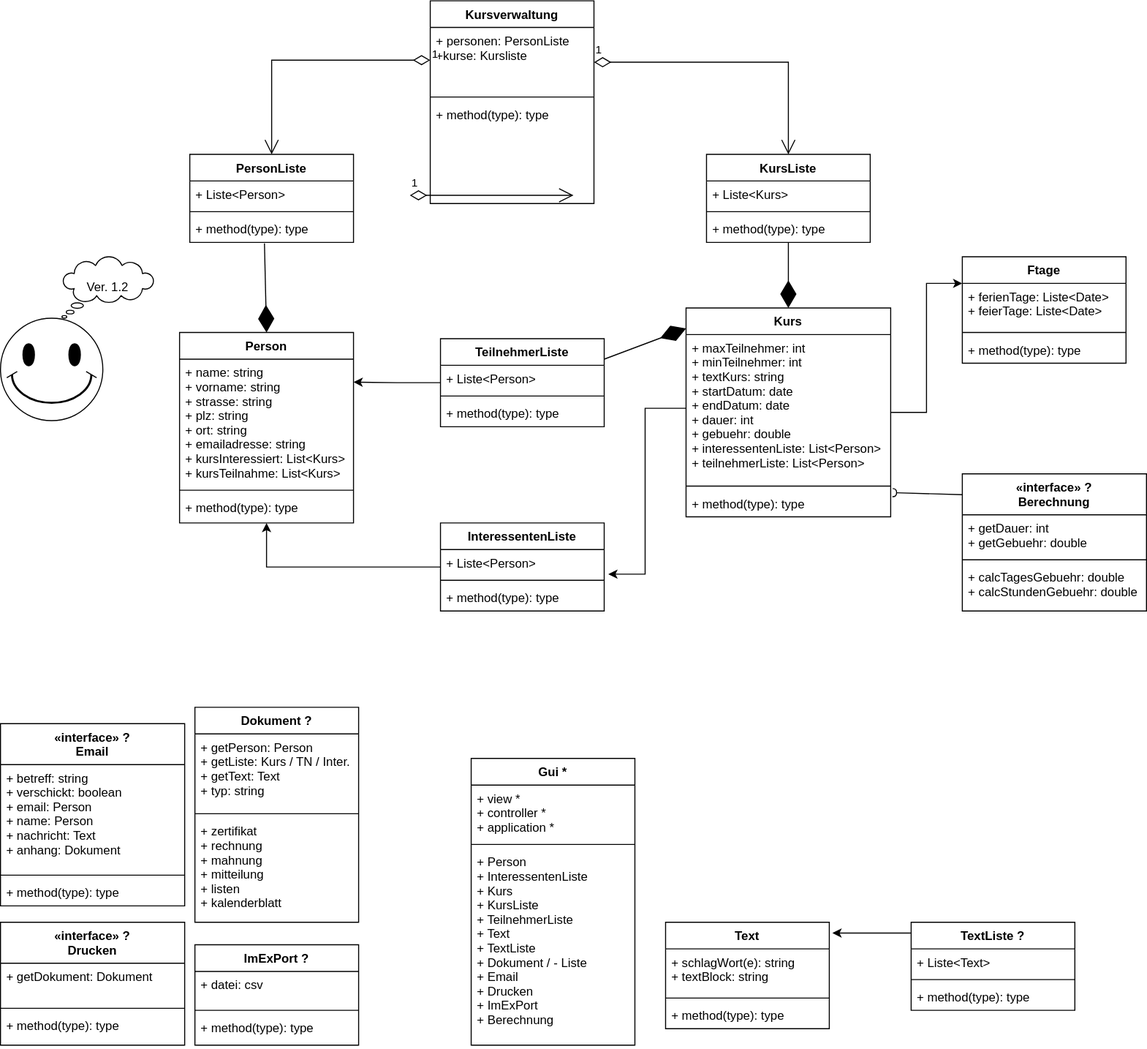
Before: doc/plan01.1.svg, a diagram exported from draw.io (ennouali2014/SWE-M07). Source tidied: cells renumbered, new cells last; positions are measured from the earlier drawing's top-left corner, leaving out a move shared by most shapes.
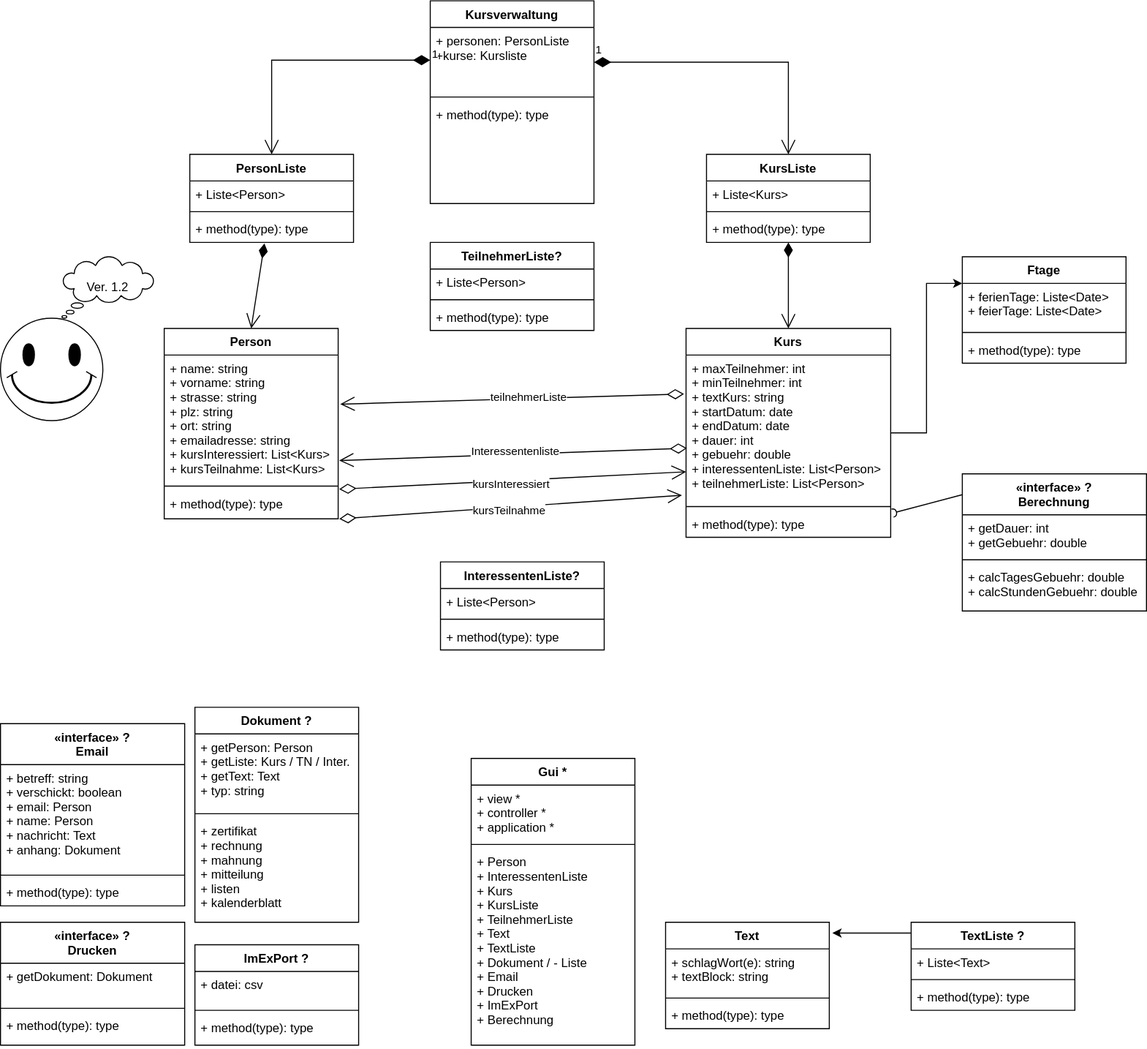
Later version of the same file.

Commit message:
UML angepasst Abhängigkeiten

Diff of the diagram source:
```diff
@@ -6,7 +6,7 @@
       <mxGeometry y="310" width="100" height="100" as="geometry" />
     </mxCell>
     <mxCell id="3" value="Person" style="swimlane;fontStyle=1;align=center;verticalAlign=top;horizontal=1;startSize=26;" parent="1" vertex="1">
-      <mxGeometry x="175" y="324" width="170" height="186" as="geometry" />
+      <mxGeometry x="160" y="320" width="170" height="186" as="geometry" />
     </mxCell>
     <mxCell id="4" value="+ name: string&#10;+ vorname: string&#10;+ strasse: string&#10;+ plz: string&#10;+ ort: string&#10;+ emailadresse: string&#10;+ kursInteressiert: List&lt;Kurs&gt;&#10;+ kursTeilnahme: List&lt;Kurs&gt;" style="text;strokeColor=none;fillColor=none;align=left;verticalAlign=top;spacingLeft=4;spacingRight=4;overflow=hidden;points=[[0,0.5],[1,0.5]];portConstraint=eastwest;" parent="3" vertex="1">
       <mxGeometry y="26" width="170" height="124" as="geometry" />
@@ -17,11 +17,8 @@
     <mxCell id="6" value="+ method(type): type" style="text;strokeColor=none;fillColor=none;align=left;verticalAlign=top;spacingLeft=4;spacingRight=4;overflow=hidden;points=[[0,0.5],[1,0.5]];portConstraint=eastwest;" parent="3" vertex="1">
       <mxGeometry y="158" width="170" height="28" as="geometry" />
     </mxCell>
-    <mxCell id="7" style="edgeStyle=orthogonalEdgeStyle;rounded=0;jettySize=auto;html=1;entryX=1;entryY=0.181;entryDx=0;entryDy=0;entryPerimeter=0;" parent="1" edge="1" source="8" target="4">
-      <mxGeometry relative="1" as="geometry" />
-    </mxCell>
-    <mxCell id="8" value="TeilnehmerListe" style="swimlane;fontStyle=1;align=center;verticalAlign=top;horizontal=1;startSize=26;" parent="1" vertex="1">
-      <mxGeometry x="430" y="330" width="160" height="86" as="geometry" />
+    <mxCell id="8" value="TeilnehmerListe?" style="swimlane;fontStyle=1;align=center;verticalAlign=top;horizontal=1;startSize=26;" parent="1" vertex="1">
+      <mxGeometry x="420" y="236" width="160" height="86" as="geometry" />
     </mxCell>
     <mxCell id="9" value="+ Liste&lt;Person&gt;" style="text;strokeColor=none;fillColor=none;align=left;verticalAlign=top;spacingLeft=4;spacingRight=4;overflow=hidden;" parent="8" vertex="1">
       <mxGeometry y="26" width="160" height="26" as="geometry" />
@@ -32,11 +29,8 @@
     <mxCell id="11" value="+ method(type): type" style="text;strokeColor=none;fillColor=none;align=left;verticalAlign=top;spacingLeft=4;spacingRight=4;overflow=hidden;" parent="8" vertex="1">
       <mxGeometry y="60" width="160" height="26" as="geometry" />
     </mxCell>
-    <mxCell id="12" style="edgeStyle=orthogonalEdgeStyle;rounded=0;jettySize=auto;html=1;entryX=0.5;entryY=1;entryDx=0;entryDy=0;" parent="1" edge="1" source="13" target="3">
-      <mxGeometry relative="1" as="geometry" />
-    </mxCell>
-    <mxCell id="13" value="InteressentenListe" style="swimlane;fontStyle=1;align=center;verticalAlign=top;horizontal=1;startSize=26;" parent="1" vertex="1">
-      <mxGeometry x="430" y="510" width="160" height="86" as="geometry" />
+    <mxCell id="13" value="InteressentenListe?" style="swimlane;fontStyle=1;align=center;verticalAlign=top;horizontal=1;startSize=26;" parent="1" vertex="1">
+      <mxGeometry x="430" y="548" width="160" height="86" as="geometry" />
     </mxCell>
     <mxCell id="14" value="+ Liste&lt;Person&gt;" style="text;strokeColor=none;fillColor=none;align=left;verticalAlign=top;spacingLeft=4;spacingRight=4;overflow=hidden;points=[[0,0.5],[1,0.5]];portConstraint=eastwest;" parent="13" vertex="1">
       <mxGeometry y="26" width="160" height="26" as="geometry" />
@@ -51,7 +45,7 @@
       <mxGeometry relative="1" as="geometry" />
     </mxCell>
     <mxCell id="18" value="Kurs" style="swimlane;fontStyle=1;align=center;verticalAlign=top;horizontal=1;startSize=26;" parent="1" vertex="1">
-      <mxGeometry x="670" y="300" width="200" height="204" as="geometry" />
+      <mxGeometry x="670" y="320" width="200" height="204" as="geometry" />
     </mxCell>
     <mxCell id="19" value="+ maxTeilnehmer: int&#10;+ minTeilnehmer: int&#10;+ textKurs: string&#10;+ startDatum: date&#10;+ endDatum: date&#10;+ dauer: int&#10;+ gebuehr: double&#10;+ interessentenListe: List&lt;Person&gt;&#10;+ teilnehmerListe: List&lt;Person&gt;" style="text;strokeColor=none;fillColor=none;align=left;verticalAlign=top;spacingLeft=4;spacingRight=4;overflow=hidden;points=[[0,0.5],[1,0.5]];portConstraint=eastwest;" parent="18" vertex="1">
       <mxGeometry y="26" width="200" height="144" as="geometry" />
@@ -86,15 +80,9 @@
     <mxCell id="29" value="+ method(type): type" style="text;strokeColor=none;fillColor=none;align=left;verticalAlign=top;spacingLeft=4;spacingRight=4;overflow=hidden;" parent="26" vertex="1">
       <mxGeometry y="78" width="160" height="26" as="geometry" />
     </mxCell>
-    <mxCell id="30" style="endArrow=diamondThin;endFill=1;endSize=24;html=1;rounded=0;entryX=0.5;entryY=0;entryDx=0;entryDy=0;" parent="1" edge="1" source="25" target="18">
+    <mxCell id="30" style="endArrow=open;endFill=0;endSize=12;html=1;rounded=0;entryX=0.5;entryY=0;entryDx=0;entryDy=0;startArrow=diamondThin;startFill=1;startSize=12;" parent="1" edge="1" source="25" target="18">
       <mxGeometry relative="1" as="geometry" />
     </mxCell>
-    <mxCell id="31" style="endArrow=diamondThin;endFill=1;endSize=24;html=1;rounded=0;exitX=1;exitY=0.233;exitDx=0;exitDy=0;exitPerimeter=0;entryX=0;entryY=0.098;entryDx=0;entryDy=0;entryPerimeter=0;" parent="1" edge="1" source="8" target="18">
-      <mxGeometry relative="1" as="geometry" />
-    </mxCell>
-    <mxCell id="32" style="edgeStyle=orthogonalEdgeStyle;rounded=0;jettySize=auto;html=1;entryX=1.025;entryY=0.923;entryDx=0;entryDy=0;entryPerimeter=0;" parent="1" edge="1" source="19" target="14">
-      <mxGeometry relative="1" as="geometry" />
-    </mxCell>
     <mxCell id="33" style="edgeStyle=orthogonalEdgeStyle;rounded=0;jettySize=auto;html=1;entryX=1.019;entryY=0.101;entryDx=0;entryDy=0;entryPerimeter=0;exitX=0;exitY=0.122;exitDx=0;exitDy=0;exitPerimeter=0;" parent="1" edge="1" source="34" target="38">
       <mxGeometry relative="1" as="geometry" />
     </mxCell>
@@ -212,7 +200,7 @@
     <mxCell id="71" value="+ method(type): type" style="text;strokeColor=none;fillColor=none;align=left;verticalAlign=top;spacingLeft=4;spacingRight=4;overflow=hidden;points=[[0,0.5],[1,0.5]];portConstraint=eastwest;" parent="68" vertex="1">
       <mxGeometry y="60" width="160" height="26" as="geometry" />
     </mxCell>
-    <mxCell id="72" style="endArrow=diamondThin;endFill=1;endSize=24;html=1;rounded=0;entryX=0.5;entryY=0;entryDx=0;entryDy=0;exitX=0.456;exitY=1.038;exitDx=0;exitDy=0;exitPerimeter=0;" parent="1" edge="1" source="71" target="3">
+    <mxCell id="72" style="endArrow=open;endFill=0;endSize=12;html=1;rounded=0;entryX=0.5;entryY=0;entryDx=0;entryDy=0;exitX=0.456;exitY=1.038;exitDx=0;exitDy=0;exitPerimeter=0;startArrow=diamondThin;startFill=1;startSize=12;" parent="1" edge="1" source="71" target="3">
       <mxGeometry relative="1" as="geometry" />
     </mxCell>
     <mxCell id="73" value="Kursverwaltung" style="swimlane;fontStyle=1;align=center;verticalAlign=top;horizontal=1;startSize=26;" parent="1" vertex="1">
@@ -227,19 +215,39 @@
     <mxCell id="76" value="+ method(type): type" style="text;strokeColor=none;fillColor=none;align=left;verticalAlign=top;spacingLeft=4;spacingRight=4;overflow=hidden;" parent="73" vertex="1">
       <mxGeometry y="98" width="160" height="100" as="geometry" />
     </mxCell>
-    <mxCell id="77" value="1" style="endArrow=open;html=1;endSize=12;startArrow=diamondThin;startSize=14;startFill=0;edgeStyle=orthogonalEdgeStyle;align=left;verticalAlign=bottom;rounded=0;" parent="1" edge="1">
-      <mxGeometry x="-1" y="3" relative="1" as="geometry">
-        <mxPoint x="400" y="190" as="sourcePoint" />
-        <mxPoint x="560" y="190" as="targetPoint" />
-      </mxGeometry>
-    </mxCell>
-    <mxCell id="78" value="1" style="endArrow=open;html=1;endSize=12;startArrow=diamondThin;startSize=14;startFill=0;edgeStyle=orthogonalEdgeStyle;align=left;verticalAlign=bottom;rounded=0;entryX=0.5;entryY=0;entryDx=0;entryDy=0;" parent="1" edge="1" target="22">
+    <mxCell id="78" value="1" style="endArrow=open;html=1;endSize=12;startArrow=diamondThin;startSize=14;startFill=1;edgeStyle=orthogonalEdgeStyle;align=left;verticalAlign=bottom;rounded=0;entryX=0.5;entryY=0;entryDx=0;entryDy=0;" parent="1" edge="1" target="22">
       <mxGeometry x="-1" y="3" relative="1" as="geometry">
         <mxPoint x="580" y="60" as="sourcePoint" />
       </mxGeometry>
     </mxCell>
-    <mxCell id="79" value="1" style="endArrow=open;html=1;endSize=12;startArrow=diamondThin;startSize=14;startFill=0;edgeStyle=orthogonalEdgeStyle;align=left;verticalAlign=bottom;rounded=0;exitX=0;exitY=0.5;exitDx=0;exitDy=0;entryX=0.5;entryY=0;entryDx=0;entryDy=0;" parent="1" edge="1" source="74" target="68">
+    <mxCell id="79" value="1" style="endArrow=open;html=1;endSize=12;startArrow=diamondThin;startSize=14;startFill=1;edgeStyle=orthogonalEdgeStyle;align=left;verticalAlign=bottom;rounded=0;exitX=0;exitY=0.5;exitDx=0;exitDy=0;entryX=0.5;entryY=0;entryDx=0;entryDy=0;" parent="1" edge="1" source="74" target="68">
       <mxGeometry x="-1" y="3" relative="1" as="geometry" />
     </mxCell>
+    <mxCell id="80" style="endArrow=open;html=1;endSize=12;startArrow=diamondThin;startSize=14;startFill=0;align=left;verticalAlign=bottom;rounded=0;exitX=-0.01;exitY=0.264;exitDx=0;exitDy=0;exitPerimeter=0;entryX=1.012;entryY=0.387;entryDx=0;entryDy=0;entryPerimeter=0;" parent="1" edge="1" source="19" target="4">
+      <mxGeometry x="-1" y="3" relative="1" as="geometry" />
+    </mxCell>
+    <mxCell id="81" value="teilnehmerListe" style="edgeLabel;html=1;align=center;verticalAlign=middle;" parent="80" vertex="1">
+      <mxGeometry x="-0.26" y="-1" relative="1" as="geometry">
+        <mxPoint x="-29" as="offset" />
+      </mxGeometry>
+    </mxCell>
+    <mxCell id="82" style="endArrow=open;html=1;endSize=12;startArrow=diamondThin;startSize=14;startFill=0;align=left;verticalAlign=bottom;rounded=0;exitX=0.005;exitY=0.632;exitDx=0;exitDy=0;exitPerimeter=0;entryX=1.006;entryY=0.831;entryDx=0;entryDy=0;entryPerimeter=0;" parent="1" edge="1" source="19" target="4">
+      <mxGeometry x="-1" y="3" relative="1" as="geometry" />
+    </mxCell>
+    <mxCell id="83" value="Interessentenliste" style="edgeLabel;html=1;align=center;verticalAlign=middle;" parent="82" vertex="1">
+      <mxGeometry x="-0.01" y="-3" relative="1" as="geometry" />
+    </mxCell>
+    <mxCell id="84" style="endArrow=open;html=1;endSize=12;startArrow=diamondThin;startSize=14;startFill=0;align=left;verticalAlign=bottom;rounded=0;entryX=0;entryY=0.792;entryDx=0;entryDy=0;entryPerimeter=0;exitX=1.006;exitY=0.875;exitDx=0;exitDy=0;exitPerimeter=0;" parent="1" edge="1" source="5" target="19">
+      <mxGeometry x="-1" y="3" relative="1" as="geometry" />
+    </mxCell>
+    <mxCell id="85" value="kursInteressiert" style="edgeLabel;html=1;align=center;verticalAlign=middle;" parent="84" vertex="1">
+      <mxGeometry x="-0.01" y="-3" relative="1" as="geometry" />
+    </mxCell>
+    <mxCell id="86" style="endArrow=open;html=1;endSize=12;startArrow=diamondThin;startSize=14;startFill=0;align=left;verticalAlign=bottom;rounded=0;entryX=-0.02;entryY=0.951;entryDx=0;entryDy=0;entryPerimeter=0;exitX=1.006;exitY=1;exitDx=0;exitDy=0;exitPerimeter=0;" parent="1" edge="1" source="6" target="19">
+      <mxGeometry x="-1" y="3" relative="1" as="geometry" />
+    </mxCell>
+    <mxCell id="87" value="kursTeilnahme" style="edgeLabel;html=1;align=center;verticalAlign=middle;" parent="86" vertex="1">
+      <mxGeometry x="-0.01" y="-3" relative="1" as="geometry" />
+    </mxCell>
   </root>
 </mxGraphModel>
```
